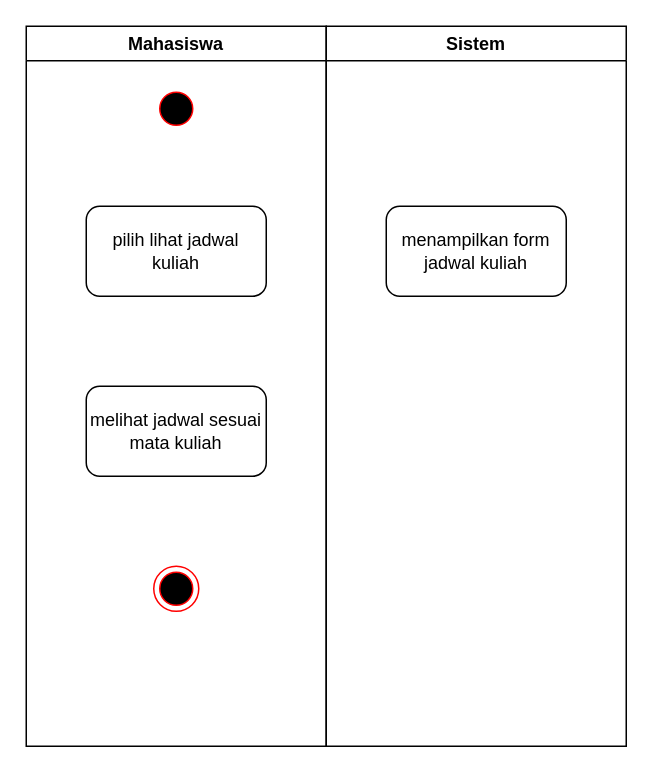
Earlier version of the draw.io diagram page "melihat jadwal kuliah" (4 of 7) of Untitled Diagram.drawio (BintangFerinantama/Materi-PETRUK). Source tidied: cells renumbered, new cells numbered last; positions are measured from the earlier drawing's top-left corner, leaving out a move shared by most shapes. Both pictures are drawn from the tidied source at 150%, with x=0, y=0 at pixel (26, 26).
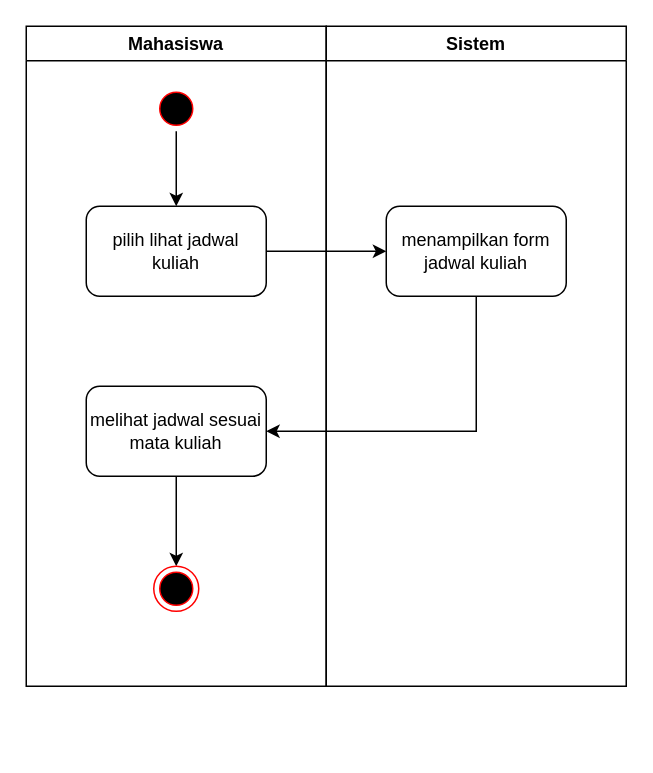
Above is the later version.

Change to the diagram source:
```diff
@@
 <mxGraphModel>
   <root>
     <mxCell id="0" />
     <mxCell id="1" parent="0" />
     <mxCell id="2" value="Mahasiswa" style="swimlane;whiteSpace=wrap;html=1;" parent="1" vertex="1">
-      <mxGeometry width="200" height="480" as="geometry" />
+      <mxGeometry width="200" height="440" as="geometry" />
     </mxCell>
+    <mxCell id="9" style="edgeStyle=orthogonalEdgeStyle;rounded=0;jettySize=auto;html=1;exitX=0.5;exitY=1;exitDx=0;exitDy=0;entryX=0.5;entryY=0;entryDx=0;entryDy=0;" parent="2" edge="1" source="3" target="4">
+      <mxGeometry relative="1" as="geometry" />
+    </mxCell>
     <mxCell id="3" style="ellipse;html=1;shape=startState;fillColor=#000000;strokeColor=#ff0000;" parent="2" vertex="1">
       <mxGeometry x="85" y="40" width="30" height="30" as="geometry" />
     </mxCell>
     <mxCell id="4" value="pilih lihat jadwal kuliah" style="rounded=1;whiteSpace=wrap;html=1;" parent="2" vertex="1">
       <mxGeometry x="40" y="120" width="120" height="60" as="geometry" />
     </mxCell>
+    <mxCell id="10" style="edgeStyle=orthogonalEdgeStyle;rounded=0;jettySize=auto;html=1;exitX=0.5;exitY=1;exitDx=0;exitDy=0;entryX=0.5;entryY=0;entryDx=0;entryDy=0;" parent="2" edge="1" source="5" target="6">
+      <mxGeometry relative="1" as="geometry" />
+    </mxCell>
     <mxCell id="5" value="melihat jadwal sesuai mata kuliah" style="rounded=1;whiteSpace=wrap;html=1;" parent="2" vertex="1">
       <mxGeometry x="40" y="240" width="120" height="60" as="geometry" />
     </mxCell>
     <mxCell id="6" style="ellipse;html=1;shape=endState;fillColor=#000000;strokeColor=#ff0000;" parent="2" vertex="1">
       <mxGeometry x="85" y="360" width="30" height="30" as="geometry" />
     </mxCell>
     <mxCell id="7" value="Sistem" style="swimlane;whiteSpace=wrap;html=1;startSize=23;" parent="1" vertex="1">
-      <mxGeometry x="200" width="200" height="480" as="geometry" />
+      <mxGeometry x="200" width="200" height="440" as="geometry" />
     </mxCell>
     <mxCell id="8" value="menampilkan form jadwal kuliah" style="rounded=1;whiteSpace=wrap;html=1;" parent="7" vertex="1">
       <mxGeometry x="40" y="120" width="120" height="60" as="geometry" />
     </mxCell>
+    <mxCell id="11" style="edgeStyle=orthogonalEdgeStyle;rounded=0;jettySize=auto;html=1;exitX=1;exitY=0.5;exitDx=0;exitDy=0;entryX=0;entryY=0.5;entryDx=0;entryDy=0;" parent="1" edge="1" source="4" target="8">
+      <mxGeometry relative="1" as="geometry" />
+    </mxCell>
+    <mxCell id="12" style="edgeStyle=orthogonalEdgeStyle;rounded=0;jettySize=auto;html=1;exitX=0.5;exitY=1;exitDx=0;exitDy=0;entryX=1;entryY=0.5;entryDx=0;entryDy=0;" parent="1" edge="1" source="8" target="5">
+      <mxGeometry relative="1" as="geometry" />
+    </mxCell>
   </root>
 </mxGraphModel>
```
